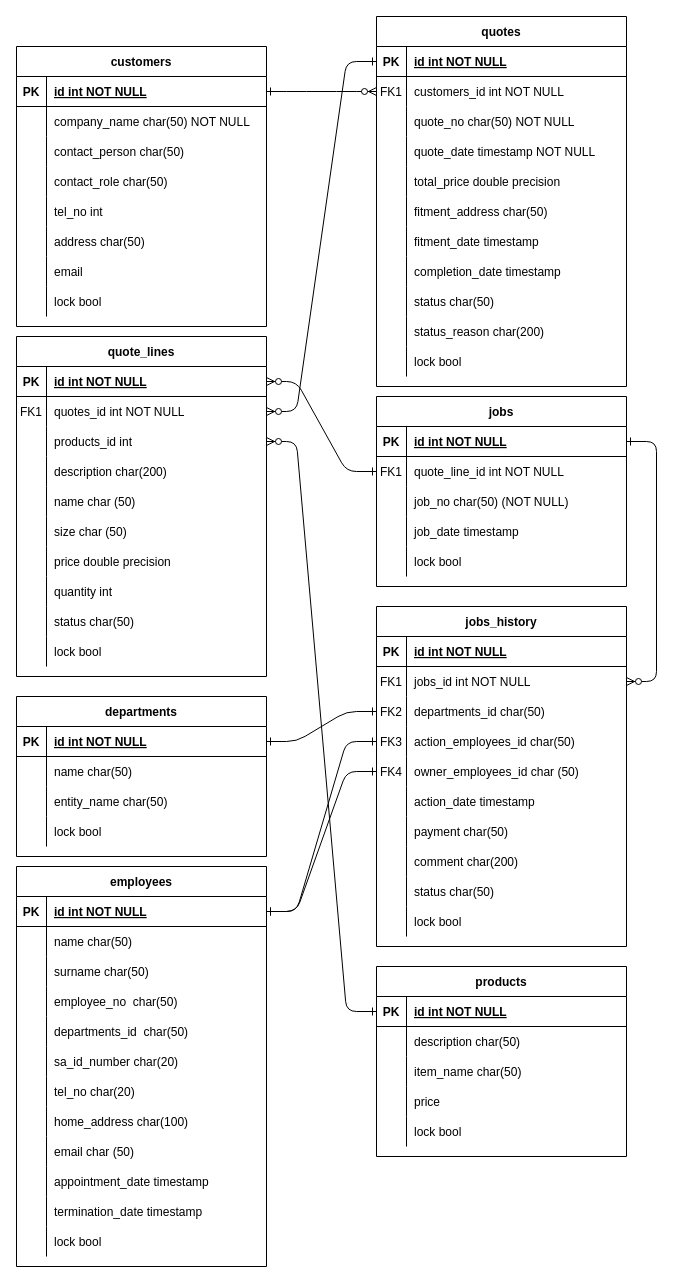
Before: design spec/ERD (1).drawio in prinsloo-dev/Circle-Rhino, a draw.io diagram. Source tidied: cells renumbered, new cells numbered last; positions are measured from the earlier drawing's top-left corner, leaving out a move shared by most shapes. Both pictures are drawn from the tidied source at 100%, with x=0, y=0 at pixel (16, 16).
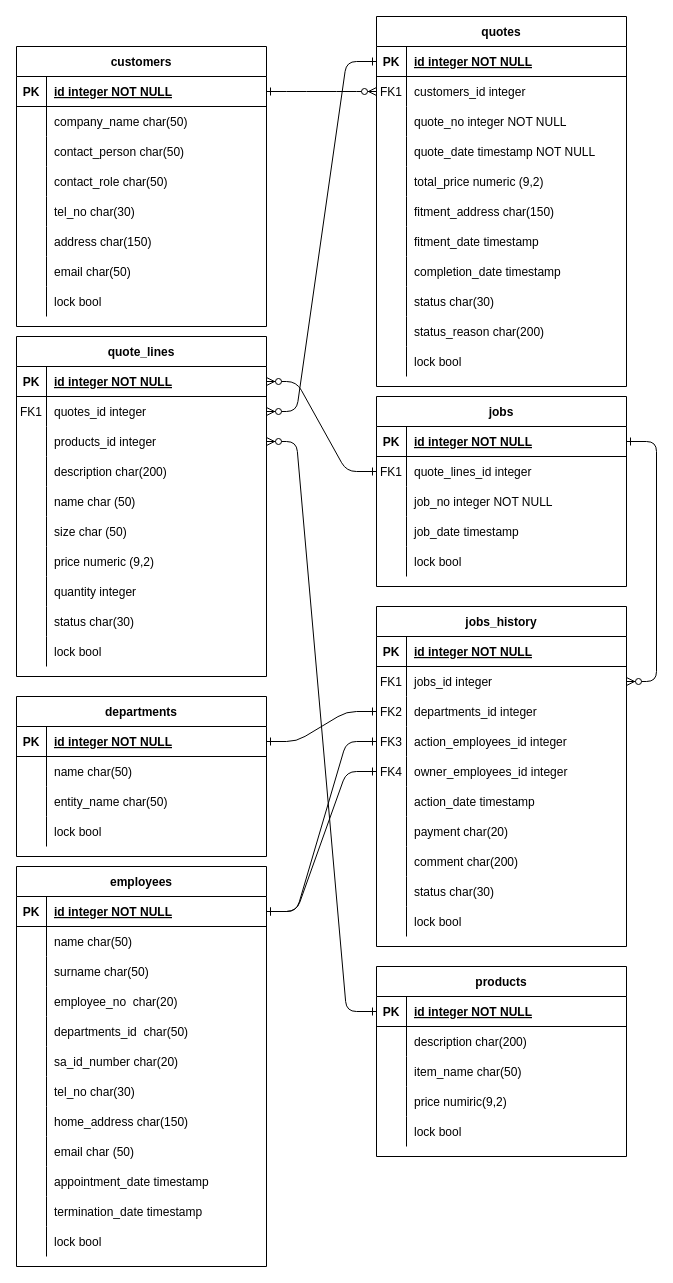
The same page after the edit.

Unchanged cells that the change refers to:
```xml
<mxCell id="5" style="shape=partialRectangle;fillColor=none;points=[[0,0.5],[1,0.5]];portConstraint=eastwest;top=0;left=0;right=0;bottom=1;" parent="4" vertex="1">
<mxCell id="8" style="shape=partialRectangle;fillColor=none;points=[[0,0.5],[1,0.5]];portConstraint=eastwest;top=0;left=0;right=0;bottom=0;" parent="4" vertex="1">
<mxCell id="11" style="shape=partialRectangle;fillColor=none;top=0;left=0;right=0;bottom=0;" parent="4" vertex="1">
<mxCell id="17" style="shape=partialRectangle;fillColor=none;top=0;left=0;right=0;bottom=0;" parent="4" vertex="1">
<mxCell id="20" style="shape=partialRectangle;fillColor=none;top=0;left=0;right=0;bottom=0;" parent="4" vertex="1">
<mxCell id="29" style="shape=partialRectangle;fillColor=none;top=0;left=0;right=0;bottom=0;" parent="4" vertex="1">
<mxCell id="39" style="shape=partialRectangle;fillColor=none;points=[[0,0.5],[1,0.5]];portConstraint=eastwest;top=0;left=0;right=0;bottom=1;" parent="38" vertex="1">
<mxCell id="42" style="shape=partialRectangle;fillColor=none;points=[[0,0.5],[1,0.5]];portConstraint=eastwest;top=0;left=0;right=0;bottom=0;" parent="38" vertex="1">
<mxCell id="45" style="shape=partialRectangle;fillColor=none;points=[[0,0.5],[1,0.5]];portConstraint=eastwest;top=0;left=0;right=0;bottom=0;" parent="38" vertex="1">
<mxCell id="57" style="shape=partialRectangle;fillColor=none;top=0;left=0;right=0;bottom=0;" parent="38" vertex="1">
<mxCell id="60" style="shape=partialRectangle;fillColor=none;top=0;left=0;right=0;bottom=0;" parent="38" vertex="1">
<mxCell id="63" style="shape=partialRectangle;fillColor=none;top=0;left=0;right=0;bottom=0;" parent="38" vertex="1">
<mxCell id="70" style="shape=partialRectangle;fillColor=none;points=[[0,0.5],[1,0.5]];portConstraint=eastwest;top=0;left=0;right=0;bottom=1;" parent="69" vertex="1">
<mxCell id="73" style="shape=partialRectangle;fillColor=none;top=0;left=0;right=0;bottom=0;" parent="69" vertex="1">
<mxCell id="82" style="shape=partialRectangle;fillColor=none;top=0;left=0;right=0;bottom=0;" parent="69" vertex="1">
<mxCell id="85" style="shape=partialRectangle;fillColor=none;top=0;left=0;right=0;bottom=0;" parent="69" vertex="1">
<mxCell id="88" style="shape=partialRectangle;fillColor=none;top=0;left=0;right=0;bottom=0;" parent="69" vertex="1">
<mxCell id="95" style="shape=partialRectangle;fillColor=none;points=[[0,0.5],[1,0.5]];portConstraint=eastwest;top=0;left=0;right=0;bottom=1;" parent="94" vertex="1">
<mxCell id="98" style="shape=partialRectangle;fillColor=none;points=[[0,0.5],[1,0.5]];portConstraint=eastwest;top=0;left=0;right=0;bottom=0;" parent="94" vertex="1">
<mxCell id="101" style="shape=partialRectangle;fillColor=none;top=0;left=0;right=0;bottom=0;" parent="94" vertex="1">
<mxCell id="111" style="shape=partialRectangle;fillColor=none;points=[[0,0.5],[1,0.5]];portConstraint=eastwest;top=0;left=0;right=0;bottom=1;" parent="110" vertex="1">
<mxCell id="120" style="shape=partialRectangle;fillColor=none;top=0;left=0;right=0;bottom=0;" parent="110" vertex="1">
<mxCell id="129" style="shape=partialRectangle;fillColor=none;top=0;left=0;right=0;bottom=0;" parent="110" vertex="1">
<mxCell id="132" style="shape=partialRectangle;fillColor=none;top=0;left=0;right=0;bottom=0;" parent="110" vertex="1">
<mxCell id="148" style="shape=partialRectangle;fillColor=none;points=[[0,0.5],[1,0.5]];portConstraint=eastwest;top=0;left=0;right=0;bottom=1;" parent="147" vertex="1">
<mxCell id="163" style="shape=partialRectangle;fillColor=none;top=0;left=0;right=0;bottom=1;" parent="162" vertex="1">
<mxCell id="166" style="shape=partialRectangle;fillColor=none;points=[[0,0.5],[1,0.5]];portConstraint=eastwest;top=0;left=0;right=0;bottom=0;" parent="162" vertex="1">
<mxCell id="169" style="shape=partialRectangle;fillColor=none;points=[[0,0.5],[1,0.5]];portConstraint=eastwest;top=0;left=0;right=0;bottom=0;" parent="162" vertex="1">
<mxCell id="172" style="shape=partialRectangle;fillColor=none;points=[[0,0.5],[1,0.5]];portConstraint=eastwest;top=0;left=0;right=0;bottom=0;" parent="162" vertex="1">
<mxCell id="175" style="shape=partialRectangle;fillColor=none;points=[[0,0.5],[1,0.5]];portConstraint=eastwest;top=0;left=0;right=0;bottom=0;" parent="162" vertex="1">
<mxCell id="181" style="shape=partialRectangle;fillColor=none;top=0;left=0;right=0;bottom=0;" parent="162" vertex="1">
<mxCell id="187" style="shape=partialRectangle;fillColor=none;top=0;left=0;right=0;bottom=0;" parent="162" vertex="1">
<mxCell id="196" style="shape=partialRectangle;fillColor=none;points=[[0,0.5],[1,0.5]];portConstraint=eastwest;top=0;left=0;right=0;bottom=1;" parent="195" vertex="1">
<mxCell id="199" style="shape=partialRectangle;fillColor=none;top=0;left=0;right=0;bottom=0;" parent="195" vertex="1">
<mxCell id="205" style="shape=partialRectangle;fillColor=none;top=0;left=0;right=0;bottom=0;" parent="195" vertex="1">
```

The edit, as a diff of the source:
```diff
@@
-    <mxCell id="7" value="id int NOT NULL " style="shape=partialRectangle;overflow=hidden;fillColor=none;top=0;left=0;bottom=0;right=0;align=left;spacingLeft=6;fontStyle=5;" parent="5" vertex="1">
+    <mxCell id="7" value="id integer NOT NULL " style="shape=partialRectangle;overflow=hidden;fillColor=none;top=0;left=0;bottom=0;right=0;align=left;spacingLeft=6;fontStyle=5;" parent="5" vertex="1">
       <mxGeometry x="30" width="220" height="30" as="geometry" />
     </mxCell>
@@
-    <mxCell id="10" value="customers_id int NOT NULL" style="shape=partialRectangle;overflow=hidden;fillColor=none;top=0;left=0;bottom=0;right=0;align=left;spacingLeft=6;" parent="8" vertex="1">
+    <mxCell id="10" value="customers_id integer" style="shape=partialRectangle;overflow=hidden;fillColor=none;top=0;left=0;bottom=0;right=0;align=left;spacingLeft=6;" parent="8" vertex="1">
       <mxGeometry x="30" width="220" height="30" as="geometry" />
     </mxCell>
@@
-    <mxCell id="13" value="quote_no char(50) NOT NULL" style="shape=partialRectangle;overflow=hidden;fillColor=none;top=0;left=0;bottom=0;right=0;align=left;spacingLeft=6;" parent="11" vertex="1">
+    <mxCell id="13" value="quote_no integer NOT NULL" style="shape=partialRectangle;overflow=hidden;fillColor=none;top=0;left=0;bottom=0;right=0;align=left;spacingLeft=6;" parent="11" vertex="1">
       <mxGeometry x="30" width="220" height="30" as="geometry" />
     </mxCell>
@@
-    <mxCell id="19" value="total_price double precision" style="shape=partialRectangle;overflow=hidden;fillColor=none;top=0;left=0;bottom=0;right=0;align=left;spacingLeft=6;" parent="17" vertex="1">
+    <mxCell id="19" value="total_price numeric (9,2)" style="shape=partialRectangle;overflow=hidden;fillColor=none;top=0;left=0;bottom=0;right=0;align=left;spacingLeft=6;" parent="17" vertex="1">
       <mxGeometry x="30" width="220" height="30" as="geometry" />
     </mxCell>
@@
-    <mxCell id="22" value="fitment_address char(50)" style="shape=partialRectangle;overflow=hidden;fillColor=none;top=0;left=0;bottom=0;right=0;align=left;spacingLeft=6;" parent="20" vertex="1">
+    <mxCell id="22" value="fitment_address char(150)" style="shape=partialRectangle;overflow=hidden;fillColor=none;top=0;left=0;bottom=0;right=0;align=left;spacingLeft=6;" parent="20" vertex="1">
       <mxGeometry x="30" width="220" height="30" as="geometry" />
     </mxCell>
@@
-    <mxCell id="31" value="status char(50)" style="shape=partialRectangle;overflow=hidden;fillColor=none;top=0;left=0;bottom=0;right=0;align=left;spacingLeft=6;" parent="29" vertex="1">
+    <mxCell id="31" value="status char(30)" style="shape=partialRectangle;overflow=hidden;fillColor=none;top=0;left=0;bottom=0;right=0;align=left;spacingLeft=6;" parent="29" vertex="1">
       <mxGeometry x="30" width="220" height="30" as="geometry" />
     </mxCell>
@@
-    <mxCell id="41" value="id int NOT NULL " style="shape=partialRectangle;overflow=hidden;fillColor=none;top=0;left=0;bottom=0;right=0;align=left;spacingLeft=6;fontStyle=5;" parent="39" vertex="1">
+    <mxCell id="41" value="id integer NOT NULL " style="shape=partialRectangle;overflow=hidden;fillColor=none;top=0;left=0;bottom=0;right=0;align=left;spacingLeft=6;fontStyle=5;" parent="39" vertex="1">
       <mxGeometry x="30" width="220" height="30" as="geometry" />
     </mxCell>
@@
-    <mxCell id="44" value="quotes_id int NOT NULL" style="shape=partialRectangle;overflow=hidden;fillColor=none;top=0;left=0;bottom=0;right=0;align=left;spacingLeft=6;" parent="42" vertex="1">
+    <mxCell id="44" value="quotes_id integer" style="shape=partialRectangle;overflow=hidden;fillColor=none;top=0;left=0;bottom=0;right=0;align=left;spacingLeft=6;" parent="42" vertex="1">
       <mxGeometry x="30" width="220" height="30" as="geometry" />
     </mxCell>
@@
-    <mxCell id="47" value="products_id int" style="shape=partialRectangle;overflow=hidden;fillColor=none;top=0;left=0;bottom=0;right=0;align=left;spacingLeft=6;" parent="45" vertex="1">
+    <mxCell id="47" value="products_id integer" style="shape=partialRectangle;overflow=hidden;fillColor=none;top=0;left=0;bottom=0;right=0;align=left;spacingLeft=6;" parent="45" vertex="1">
       <mxGeometry x="30" width="220" height="30" as="geometry" />
     </mxCell>
@@
-    <mxCell id="59" value="price double precision" style="shape=partialRectangle;overflow=hidden;fillColor=none;top=0;left=0;bottom=0;right=0;align=left;spacingLeft=6;" parent="57" vertex="1">
+    <mxCell id="59" value="price numeric (9,2)" style="shape=partialRectangle;overflow=hidden;fillColor=none;top=0;left=0;bottom=0;right=0;align=left;spacingLeft=6;" parent="57" vertex="1">
       <mxGeometry x="30" width="220" height="30" as="geometry" />
     </mxCell>
@@
-    <mxCell id="62" value="quantity int" style="shape=partialRectangle;overflow=hidden;fillColor=none;top=0;left=0;bottom=0;right=0;align=left;spacingLeft=6;" parent="60" vertex="1">
+    <mxCell id="62" value="quantity integer" style="shape=partialRectangle;overflow=hidden;fillColor=none;top=0;left=0;bottom=0;right=0;align=left;spacingLeft=6;" parent="60" vertex="1">
       <mxGeometry x="30" width="220" height="30" as="geometry" />
     </mxCell>
@@
-    <mxCell id="65" value="status char(50)" style="shape=partialRectangle;overflow=hidden;fillColor=none;top=0;left=0;bottom=0;right=0;align=left;spacingLeft=6;" parent="63" vertex="1">
+    <mxCell id="65" value="status char(30)" style="shape=partialRectangle;overflow=hidden;fillColor=none;top=0;left=0;bottom=0;right=0;align=left;spacingLeft=6;" parent="63" vertex="1">
       <mxGeometry x="30" width="220" height="30" as="geometry" />
     </mxCell>
@@
-    <mxCell id="72" value="id int NOT NULL " style="shape=partialRectangle;overflow=hidden;fillColor=none;top=0;left=0;bottom=0;right=0;align=left;spacingLeft=6;fontStyle=5;" parent="70" vertex="1">
+    <mxCell id="72" value="id integer NOT NULL " style="shape=partialRectangle;overflow=hidden;fillColor=none;top=0;left=0;bottom=0;right=0;align=left;spacingLeft=6;fontStyle=5;" parent="70" vertex="1">
       <mxGeometry x="30" width="220" height="30" as="geometry" />
     </mxCell>
@@
-    <mxCell id="75" value="company_name char(50) NOT NULL" style="shape=partialRectangle;overflow=hidden;fillColor=none;top=0;left=0;bottom=0;right=0;align=left;spacingLeft=6;" parent="73" vertex="1">
+    <mxCell id="75" value="company_name char(50)" style="shape=partialRectangle;overflow=hidden;fillColor=none;top=0;left=0;bottom=0;right=0;align=left;spacingLeft=6;" parent="73" vertex="1">
       <mxGeometry x="30" width="220" height="30" as="geometry" />
     </mxCell>
@@
-    <mxCell id="84" value="tel_no int " style="shape=partialRectangle;overflow=hidden;fillColor=none;top=0;left=0;bottom=0;right=0;align=left;spacingLeft=6;" parent="82" vertex="1">
+    <mxCell id="84" value="tel_no char(30) " style="shape=partialRectangle;overflow=hidden;fillColor=none;top=0;left=0;bottom=0;right=0;align=left;spacingLeft=6;" parent="82" vertex="1">
       <mxGeometry x="30" width="220" height="30" as="geometry" />
     </mxCell>
@@
-    <mxCell id="87" value="address char(50)" style="shape=partialRectangle;overflow=hidden;fillColor=none;top=0;left=0;bottom=0;right=0;align=left;spacingLeft=6;" parent="85" vertex="1">
+    <mxCell id="87" value="address char(150)" style="shape=partialRectangle;overflow=hidden;fillColor=none;top=0;left=0;bottom=0;right=0;align=left;spacingLeft=6;" parent="85" vertex="1">
       <mxGeometry x="30" width="220" height="30" as="geometry" />
     </mxCell>
@@
-    <mxCell id="90" value="email" style="shape=partialRectangle;overflow=hidden;fillColor=none;top=0;left=0;bottom=0;right=0;align=left;spacingLeft=6;" parent="88" vertex="1">
+    <mxCell id="90" value="email char(50)" style="shape=partialRectangle;overflow=hidden;fillColor=none;top=0;left=0;bottom=0;right=0;align=left;spacingLeft=6;" parent="88" vertex="1">
       <mxGeometry x="30" width="220" height="30" as="geometry" />
     </mxCell>
@@
-    <mxCell id="97" value="id int NOT NULL " style="shape=partialRectangle;overflow=hidden;fillColor=none;top=0;left=0;bottom=0;right=0;align=left;spacingLeft=6;fontStyle=5;" parent="95" vertex="1">
+    <mxCell id="97" value="id integer NOT NULL " style="shape=partialRectangle;overflow=hidden;fillColor=none;top=0;left=0;bottom=0;right=0;align=left;spacingLeft=6;fontStyle=5;" parent="95" vertex="1">
       <mxGeometry x="30" width="220" height="30" as="geometry" />
     </mxCell>
@@
-    <mxCell id="100" value="quote_line_id int NOT NULL" style="shape=partialRectangle;overflow=hidden;fillColor=none;top=0;left=0;bottom=0;right=0;align=left;spacingLeft=6;" parent="98" vertex="1">
+    <mxCell id="100" value="quote_lines_id integer" style="shape=partialRectangle;overflow=hidden;fillColor=none;top=0;left=0;bottom=0;right=0;align=left;spacingLeft=6;" parent="98" vertex="1">
       <mxGeometry x="30" width="220" height="30" as="geometry" />
     </mxCell>
@@
-    <mxCell id="103" value="job_no char(50) (NOT NULL)" style="shape=partialRectangle;overflow=hidden;fillColor=none;top=0;left=0;bottom=0;right=0;align=left;spacingLeft=6;" parent="101" vertex="1">
+    <mxCell id="103" value="job_no integer NOT NULL" style="shape=partialRectangle;overflow=hidden;fillColor=none;top=0;left=0;bottom=0;right=0;align=left;spacingLeft=6;" parent="101" vertex="1">
       <mxGeometry x="30" width="220" height="30" as="geometry" />
     </mxCell>
@@
-    <mxCell id="113" value="id int NOT NULL " style="shape=partialRectangle;overflow=hidden;fillColor=none;top=0;left=0;bottom=0;right=0;align=left;spacingLeft=6;fontStyle=5;" parent="111" vertex="1">
+    <mxCell id="113" value="id integer NOT NULL " style="shape=partialRectangle;overflow=hidden;fillColor=none;top=0;left=0;bottom=0;right=0;align=left;spacingLeft=6;fontStyle=5;" parent="111" vertex="1">
       <mxGeometry x="30" width="220" height="30" as="geometry" />
     </mxCell>
@@
-    <mxCell id="122" value="employee_no  char(50)" style="shape=partialRectangle;overflow=hidden;fillColor=none;top=0;left=0;bottom=0;right=0;align=left;spacingLeft=6;" parent="120" vertex="1">
+    <mxCell id="122" value="employee_no  char(20)" style="shape=partialRectangle;overflow=hidden;fillColor=none;top=0;left=0;bottom=0;right=0;align=left;spacingLeft=6;" parent="120" vertex="1">
       <mxGeometry x="30" width="220" height="30" as="geometry" />
     </mxCell>
@@
-    <mxCell id="131" value="tel_no char(20)" style="shape=partialRectangle;overflow=hidden;fillColor=none;top=0;left=0;bottom=0;right=0;align=left;spacingLeft=6;" parent="129" vertex="1">
+    <mxCell id="131" value="tel_no char(30)" style="shape=partialRectangle;overflow=hidden;fillColor=none;top=0;left=0;bottom=0;right=0;align=left;spacingLeft=6;" parent="129" vertex="1">
       <mxGeometry x="30" width="220" height="30" as="geometry" />
     </mxCell>
@@
-    <mxCell id="134" value="home_address char(100)" style="shape=partialRectangle;overflow=hidden;fillColor=none;top=0;left=0;bottom=0;right=0;align=left;spacingLeft=6;" parent="132" vertex="1">
+    <mxCell id="134" value="home_address char(150)" style="shape=partialRectangle;overflow=hidden;fillColor=none;top=0;left=0;bottom=0;right=0;align=left;spacingLeft=6;" parent="132" vertex="1">
       <mxGeometry x="30" width="220" height="30" as="geometry" />
     </mxCell>
@@
-    <mxCell id="150" value="id int NOT NULL " style="shape=partialRectangle;overflow=hidden;fillColor=none;top=0;left=0;bottom=0;right=0;align=left;spacingLeft=6;fontStyle=5;" parent="148" vertex="1">
+    <mxCell id="150" value="id integer NOT NULL " style="shape=partialRectangle;overflow=hidden;fillColor=none;top=0;left=0;bottom=0;right=0;align=left;spacingLeft=6;fontStyle=5;" parent="148" vertex="1">
       <mxGeometry x="30" width="220" height="30" as="geometry" />
     </mxCell>
@@
-    <mxCell id="165" value="id int NOT NULL " style="shape=partialRectangle;overflow=hidden;fillColor=none;top=0;left=0;bottom=0;right=0;align=left;spacingLeft=6;fontStyle=5;" parent="163" vertex="1">
+    <mxCell id="165" value="id integer NOT NULL " style="shape=partialRectangle;overflow=hidden;fillColor=none;top=0;left=0;bottom=0;right=0;align=left;spacingLeft=6;fontStyle=5;" parent="163" vertex="1">
       <mxGeometry x="30" width="220" height="30" as="geometry" />
     </mxCell>
@@
-    <mxCell id="168" value="jobs_id int NOT NULL" style="shape=partialRectangle;overflow=hidden;fillColor=none;top=0;left=0;bottom=0;right=0;align=left;spacingLeft=6;" parent="166" vertex="1">
+    <mxCell id="168" value="jobs_id integer" style="shape=partialRectangle;overflow=hidden;fillColor=none;top=0;left=0;bottom=0;right=0;align=left;spacingLeft=6;" parent="166" vertex="1">
       <mxGeometry x="30" width="220" height="30" as="geometry" />
     </mxCell>
@@
-    <mxCell id="171" value="departments_id char(50) " style="shape=partialRectangle;overflow=hidden;fillColor=none;top=0;left=0;bottom=0;right=0;align=left;spacingLeft=6;" parent="169" vertex="1">
+    <mxCell id="171" value="departments_id integer" style="shape=partialRectangle;overflow=hidden;fillColor=none;top=0;left=0;bottom=0;right=0;align=left;spacingLeft=6;" parent="169" vertex="1">
       <mxGeometry x="30" width="220" height="30" as="geometry" />
     </mxCell>
@@
-    <mxCell id="174" value="action_employees_id char(50)" style="shape=partialRectangle;overflow=hidden;fillColor=none;top=0;left=0;bottom=0;right=0;align=left;spacingLeft=6;" parent="172" vertex="1">
+    <mxCell id="174" value="action_employees_id integer" style="shape=partialRectangle;overflow=hidden;fillColor=none;top=0;left=0;bottom=0;right=0;align=left;spacingLeft=6;" parent="172" vertex="1">
       <mxGeometry x="30" width="220" height="30" as="geometry" />
     </mxCell>
@@
-    <mxCell id="177" value="owner_employees_id char (50)" style="shape=partialRectangle;overflow=hidden;fillColor=none;top=0;left=0;bottom=0;right=0;align=left;spacingLeft=6;" parent="175" vertex="1">
+    <mxCell id="177" value="owner_employees_id integer" style="shape=partialRectangle;overflow=hidden;fillColor=none;top=0;left=0;bottom=0;right=0;align=left;spacingLeft=6;" parent="175" vertex="1">
       <mxGeometry x="30" width="220" height="30" as="geometry" />
     </mxCell>
@@
-    <mxCell id="183" value="payment char(50)" style="shape=partialRectangle;overflow=hidden;fillColor=none;top=0;left=0;bottom=0;right=0;align=left;spacingLeft=6;" parent="181" vertex="1">
+    <mxCell id="183" value="payment char(20)" style="shape=partialRectangle;overflow=hidden;fillColor=none;top=0;left=0;bottom=0;right=0;align=left;spacingLeft=6;" parent="181" vertex="1">
       <mxGeometry x="30" width="220" height="30" as="geometry" />
     </mxCell>
@@
-    <mxCell id="189" value="status char(50)" style="shape=partialRectangle;overflow=hidden;fillColor=none;top=0;left=0;bottom=0;right=0;align=left;spacingLeft=6;" parent="187" vertex="1">
+    <mxCell id="189" value="status char(30)" style="shape=partialRectangle;overflow=hidden;fillColor=none;top=0;left=0;bottom=0;right=0;align=left;spacingLeft=6;" parent="187" vertex="1">
       <mxGeometry x="30" width="220" height="30" as="geometry" />
     </mxCell>
@@
-    <mxCell id="198" value="id int NOT NULL " style="shape=partialRectangle;overflow=hidden;fillColor=none;top=0;left=0;bottom=0;right=0;align=left;spacingLeft=6;fontStyle=5;" parent="196" vertex="1">
+    <mxCell id="198" value="id integer NOT NULL " style="shape=partialRectangle;overflow=hidden;fillColor=none;top=0;left=0;bottom=0;right=0;align=left;spacingLeft=6;fontStyle=5;" parent="196" vertex="1">
       <mxGeometry x="30" width="220" height="30" as="geometry" />
     </mxCell>
@@
-    <mxCell id="201" value="description char(50)" style="shape=partialRectangle;overflow=hidden;fillColor=none;top=0;left=0;bottom=0;right=0;align=left;spacingLeft=6;" parent="199" vertex="1">
+    <mxCell id="201" value="description char(200)" style="shape=partialRectangle;overflow=hidden;fillColor=none;top=0;left=0;bottom=0;right=0;align=left;spacingLeft=6;" parent="199" vertex="1">
       <mxGeometry x="30" width="220" height="30" as="geometry" />
     </mxCell>
@@
-    <mxCell id="207" value="price" style="shape=partialRectangle;overflow=hidden;fillColor=none;top=0;left=0;bottom=0;right=0;align=left;spacingLeft=6;" parent="205" vertex="1">
+    <mxCell id="207" value="price numiric(9,2)" style="shape=partialRectangle;overflow=hidden;fillColor=none;top=0;left=0;bottom=0;right=0;align=left;spacingLeft=6;" parent="205" vertex="1">
       <mxGeometry x="30" width="220" height="30" as="geometry" />
     </mxCell>
```
